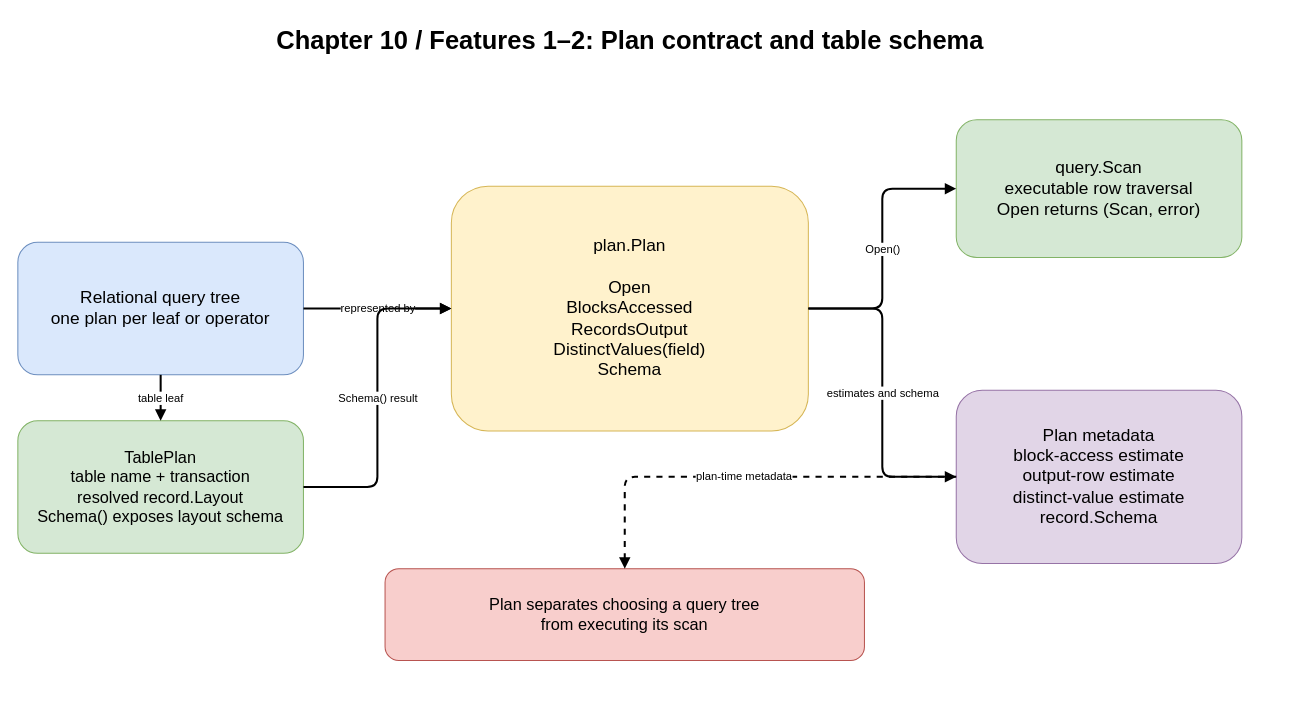
This is docs/diagrams/ch10-plan-contract.drawio from Rwatana/simledb_in_go, a draw.io file, before an edit. Source tidied: cells renumbered, new cells numbered last; positions are measured from the earlier drawing's top-left corner, leaving out a move shared by most shapes. Both pictures are drawn from the tidied source at 102%, with x=0, y=0 at pixel (17, 17).
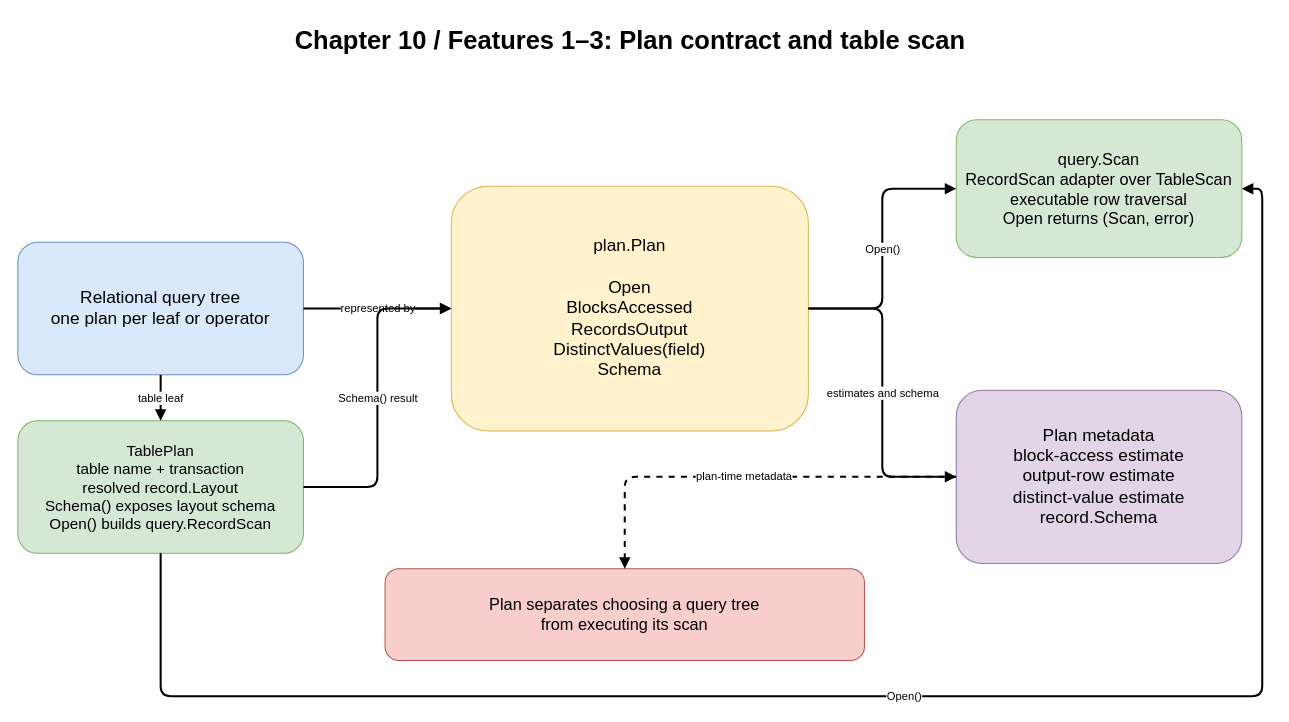
Above is the later version.

Commit message (it also covers changes not shown here):
feat: open table scans from a table plan

Change to the diagram source:
```diff
@@
 <mxGraphModel>
   <root>
     <mxCell id="0" />
     <mxCell id="1" parent="0" />
-    <mxCell id="2" value="Chapter 10 / Features 1–2: Plan contract and table schema" style="text;html=1;align=center;fontSize=25;fontStyle=1;" parent="1" vertex="1">
+    <mxCell id="2" value="Chapter 10 / Features 1–3: Plan contract and table scan" style="text;html=1;align=center;fontSize=25;fontStyle=1;" parent="1" vertex="1">
       <mxGeometry x="100" width="1000" height="55" as="geometry" />
     </mxCell>
     <mxCell id="3" value="Relational query tree&#10;one plan per leaf or operator" style="rounded=1;whiteSpace=wrap;html=1;fillColor=#dae8fc;strokeColor=#6c8ebf;fontSize=17;" parent="1" vertex="1">
       <mxGeometry y="220" width="280" height="130" as="geometry" />
     </mxCell>
-    <mxCell id="4" value="TablePlan&#10;table name + transaction&#10;resolved record.Layout&#10;Schema() exposes layout schema" style="rounded=1;whiteSpace=wrap;html=1;fillColor=#d5e8d4;strokeColor=#82b366;fontSize=16;" parent="1" vertex="1">
+    <mxCell id="4" value="TablePlan&#10;table name + transaction&#10;resolved record.Layout&#10;Schema() exposes layout schema&#10;Open() builds query.RecordScan" style="rounded=1;whiteSpace=wrap;html=1;fillColor=#d5e8d4;strokeColor=#82b366;fontSize=15;" parent="1" vertex="1">
       <mxGeometry y="395" width="280" height="130" as="geometry" />
     </mxCell>
     <mxCell id="5" value="plan.Plan&#10;&#10;Open&#10;BlocksAccessed&#10;RecordsOutput&#10;DistinctValues(field)&#10;Schema" style="rounded=1;whiteSpace=wrap;html=1;fillColor=#fff2cc;strokeColor=#d6b656;fontSize=17;" parent="1" vertex="1">
       <mxGeometry x="425" y="165" width="350" height="240" as="geometry" />
     </mxCell>
-    <mxCell id="6" value="query.Scan&#10;executable row traversal&#10;Open returns (Scan, error)" style="rounded=1;whiteSpace=wrap;html=1;fillColor=#d5e8d4;strokeColor=#82b366;fontSize=17;" parent="1" vertex="1">
+    <mxCell id="6" value="query.Scan&#10;RecordScan adapter over TableScan&#10;executable row traversal&#10;Open returns (Scan, error)" style="rounded=1;whiteSpace=wrap;html=1;fillColor=#d5e8d4;strokeColor=#82b366;fontSize=16;" parent="1" vertex="1">
       <mxGeometry x="920" y="100" width="280" height="135" as="geometry" />
     </mxCell>
     <mxCell id="7" value="Plan metadata&#10;block-access estimate&#10;output-row estimate&#10;distinct-value estimate&#10;record.Schema" style="rounded=1;whiteSpace=wrap;html=1;fillColor=#e1d5e7;strokeColor=#9673a6;fontSize=17;" parent="1" vertex="1">
       <mxGeometry x="920" y="365" width="280" height="170" as="geometry" />
     </mxCell>
     <mxCell id="8" value="Plan separates choosing a query tree&#10;from executing its scan" style="rounded=1;whiteSpace=wrap;html=1;fillColor=#f8cecc;strokeColor=#b85450;fontSize=16;" parent="1" vertex="1">
       <mxGeometry x="360" y="540" width="470" height="90" as="geometry" />
     </mxCell>
     <mxCell id="9" value="represented by" style="edgeStyle=orthogonalEdgeStyle;html=1;endArrow=block;strokeWidth=2;" parent="1" edge="1" source="3" target="5">
       <mxGeometry relative="1" as="geometry" />
     </mxCell>
     <mxCell id="10" value="table leaf" style="edgeStyle=orthogonalEdgeStyle;html=1;endArrow=block;strokeWidth=2;" parent="1" edge="1" source="3" target="4">
       <mxGeometry relative="1" as="geometry" />
     </mxCell>
     <mxCell id="11" value="Schema() result" style="edgeStyle=orthogonalEdgeStyle;html=1;endArrow=block;strokeWidth=2;" parent="1" edge="1" source="4" target="5">
       <mxGeometry relative="1" as="geometry" />
     </mxCell>
+    <mxCell id="15" value="Open()" style="edgeStyle=orthogonalEdgeStyle;html=1;endArrow=block;strokeWidth=2;exitX=0.5;exitY=1;exitDx=0;exitDy=0;entryX=1;entryY=0.5;entryDx=0;entryDy=0;" parent="1" edge="1" source="4" target="6">
+      <mxGeometry relative="1" as="geometry">
+        <Array as="points">
+          <mxPoint x="140" y="665" />
+          <mxPoint x="1220" y="665" />
+          <mxPoint x="1220" y="167" />
+        </Array>
+      </mxGeometry>
+    </mxCell>
     <mxCell id="12" value="Open()" style="edgeStyle=orthogonalEdgeStyle;html=1;endArrow=block;strokeWidth=2;" parent="1" edge="1" source="5" target="6">
       <mxGeometry relative="1" as="geometry" />
     </mxCell>
     <mxCell id="13" value="estimates and schema" style="edgeStyle=orthogonalEdgeStyle;html=1;endArrow=block;strokeWidth=2;" parent="1" edge="1" source="5" target="7">
       <mxGeometry relative="1" as="geometry" />
     </mxCell>
     <mxCell id="14" value="plan-time metadata" style="edgeStyle=orthogonalEdgeStyle;html=1;endArrow=block;strokeWidth=2;dashed=1;" parent="1" edge="1" source="7" target="8">
       <mxGeometry relative="1" as="geometry" />
     </mxCell>
   </root>
 </mxGraphModel>
```
